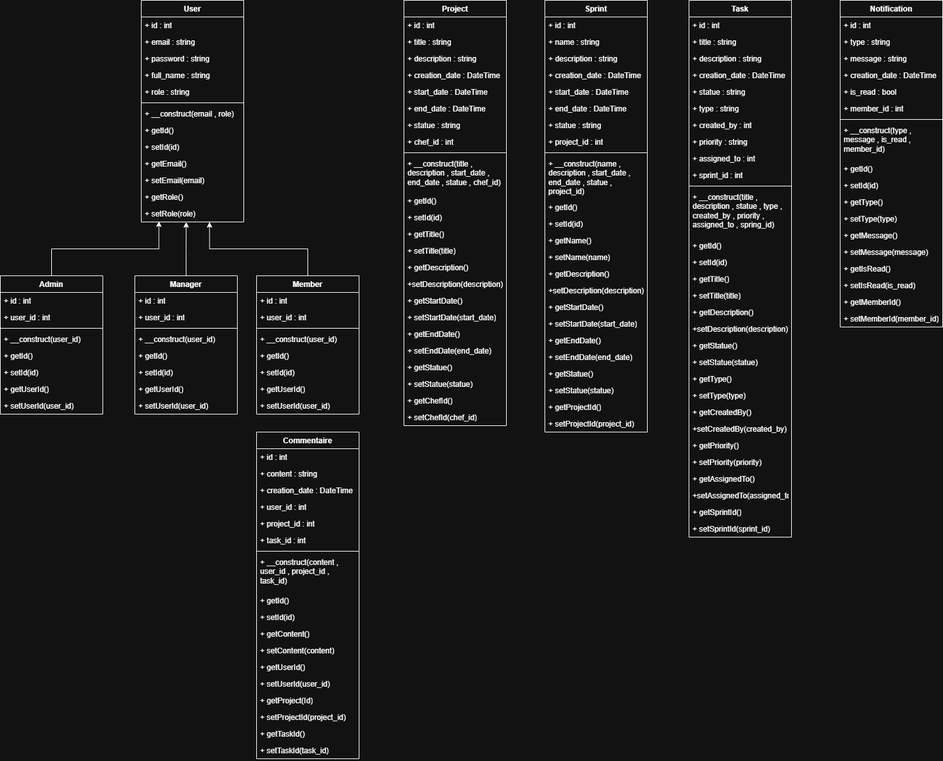
Earlier version of the draw.io export docs/Athena-Digrammes des classes.drawio.png (Wassim-RF/Athena-). Source tidied: cells renumbered, new cells last; positions are measured from the earlier drawing's top-left corner, leaving out a move shared by most shapes.
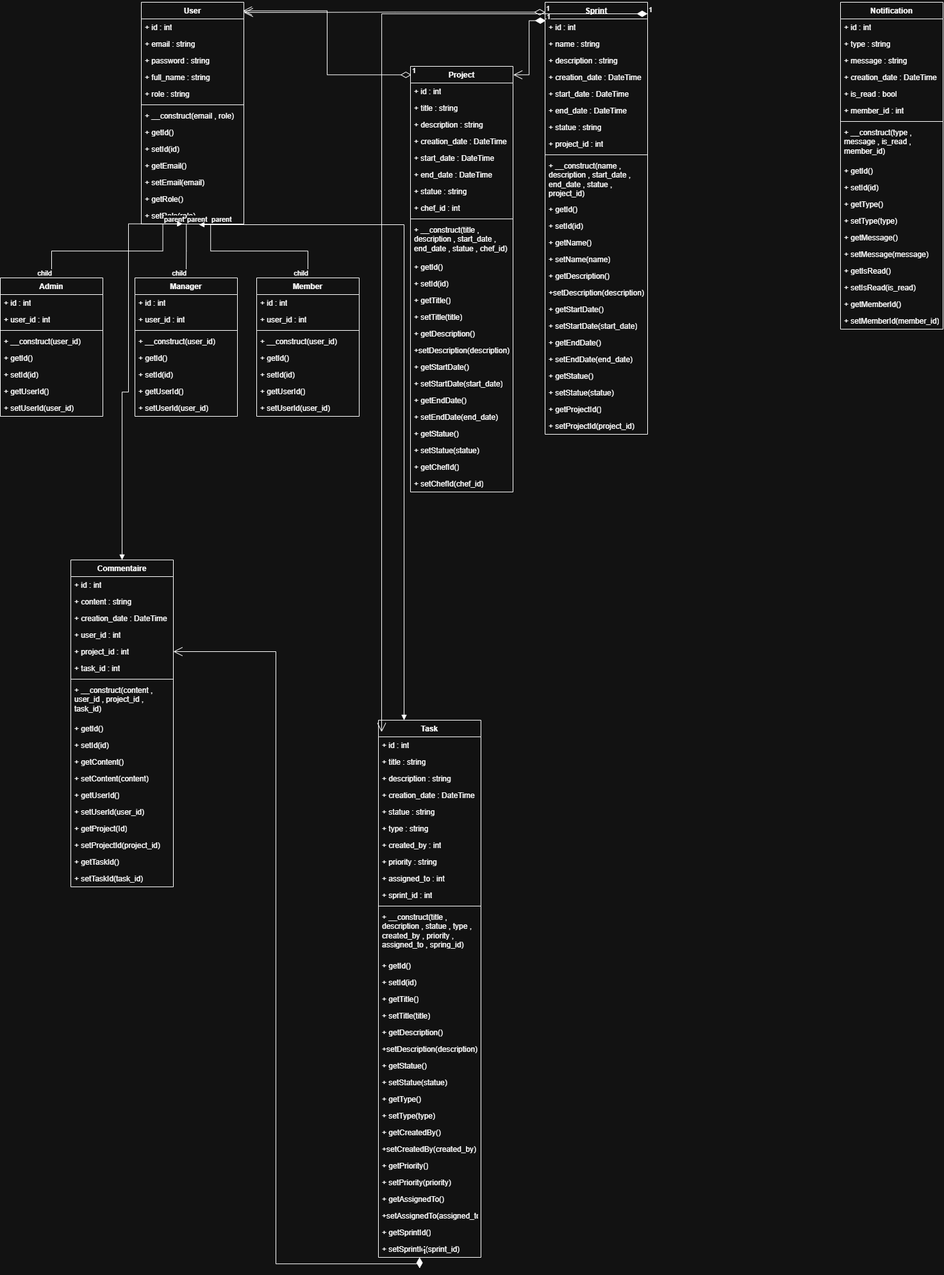
The same diagram one commit later.

Commit message:
Add initial project structure, including database schema and configuration files

Diff of the diagram source:
```diff
@@ -71,9 +71,6 @@
     <mxCell id="24" value="+ setUserId(user_id)" style="text;strokeColor=none;fillColor=none;align=left;verticalAlign=top;spacingLeft=4;spacingRight=4;overflow=hidden;whiteSpace=wrap;html=1;" parent="16" vertex="1">
       <mxGeometry y="190" width="160" height="26" as="geometry" />
     </mxCell>
-    <mxCell id="25" style="edgeStyle=orthogonalEdgeStyle;rounded=0;jettySize=auto;html=1;entryX=0.172;entryY=0.962;entryDx=0;entryDy=0;entryPerimeter=0;" parent="1" edge="1" source="16" target="15">
-      <mxGeometry relative="1" as="geometry" />
-    </mxCell>
     <mxCell id="26" value="Manager" style="swimlane;fontStyle=1;align=center;verticalAlign=top;horizontal=1;startSize=26;whiteSpace=wrap;html=1;" parent="1" vertex="1">
       <mxGeometry x="210" y="430" width="160" height="216" as="geometry" />
     </mxCell>
@@ -128,14 +125,8 @@
     <mxCell id="43" value="+ setUserId(user_id)" style="text;strokeColor=none;fillColor=none;align=left;verticalAlign=top;spacingLeft=4;spacingRight=4;overflow=hidden;whiteSpace=wrap;html=1;" parent="35" vertex="1">
       <mxGeometry y="190" width="160" height="26" as="geometry" />
     </mxCell>
-    <mxCell id="44" style="edgeStyle=orthogonalEdgeStyle;rounded=0;jettySize=auto;html=1;entryX=0.438;entryY=1.006;entryDx=0;entryDy=0;entryPerimeter=0;" parent="1" edge="1" source="26" target="15">
-      <mxGeometry relative="1" as="geometry" />
-    </mxCell>
-    <mxCell id="45" style="edgeStyle=orthogonalEdgeStyle;rounded=0;jettySize=auto;html=1;entryX=0.666;entryY=1.006;entryDx=0;entryDy=0;entryPerimeter=0;" parent="1" edge="1" source="35" target="15">
-      <mxGeometry relative="1" as="geometry" />
-    </mxCell>
     <mxCell id="46" value="Project" style="swimlane;fontStyle=1;align=center;verticalAlign=top;horizontal=1;startSize=26;whiteSpace=wrap;html=1;" parent="1" vertex="1">
-      <mxGeometry x="630" width="160" height="664" as="geometry" />
+      <mxGeometry x="640" y="100" width="160" height="664" as="geometry" />
     </mxCell>
     <mxCell id="47" value="+ id : int" style="text;strokeColor=none;fillColor=none;align=left;verticalAlign=top;spacingLeft=4;spacingRight=4;overflow=hidden;whiteSpace=wrap;html=1;" parent="46" vertex="1">
       <mxGeometry y="26" width="160" height="26" as="geometry" />
@@ -210,7 +201,7 @@
       <mxGeometry y="638" width="160" height="26" as="geometry" />
     </mxCell>
     <mxCell id="71" value="&lt;span style=&quot;text-wrap-mode: nowrap;&quot;&gt;Task&lt;/span&gt;" style="swimlane;fontStyle=1;align=center;verticalAlign=top;horizontal=1;startSize=26;whiteSpace=wrap;html=1;" parent="1" vertex="1">
-      <mxGeometry x="1075" width="160" height="838" as="geometry" />
+      <mxGeometry x="590" y="1120" width="160" height="838" as="geometry" />
     </mxCell>
     <mxCell id="72" value="+ id : int" style="text;strokeColor=none;fillColor=none;align=left;verticalAlign=top;spacingLeft=4;spacingRight=4;overflow=hidden;whiteSpace=wrap;html=1;" parent="71" vertex="1">
       <mxGeometry y="26" width="160" height="26" as="geometry" />
@@ -435,7 +426,7 @@
       <mxGeometry y="484" width="160" height="26" as="geometry" />
     </mxCell>
     <mxCell id="146" value="&lt;span style=&quot;text-wrap-mode: nowrap;&quot;&gt;Commentaire&lt;/span&gt;" style="swimlane;fontStyle=1;align=center;verticalAlign=top;horizontal=1;startSize=26;whiteSpace=wrap;html=1;" parent="1" vertex="1">
-      <mxGeometry x="400" y="674" width="160" height="510" as="geometry" />
+      <mxGeometry x="110" y="870" width="160" height="510" as="geometry" />
     </mxCell>
     <mxCell id="147" value="+ id : int" style="text;strokeColor=none;fillColor=none;align=left;verticalAlign=top;spacingLeft=4;spacingRight=4;overflow=hidden;whiteSpace=wrap;html=1;" parent="146" vertex="1">
       <mxGeometry y="26" width="160" height="26" as="geometry" />
@@ -491,5 +482,65 @@
     <mxCell id="164" value="+ setTaskId(task_id)" style="text;strokeColor=none;fillColor=none;align=left;verticalAlign=top;spacingLeft=4;spacingRight=4;overflow=hidden;whiteSpace=wrap;html=1;" parent="146" vertex="1">
       <mxGeometry y="484" width="160" height="26" as="geometry" />
     </mxCell>
+    <mxCell id="165" style="endArrow=none;html=1;edgeStyle=orthogonalEdgeStyle;rounded=0;entryX=0.5;entryY=0;entryDx=0;entryDy=0;exitX=0.676;exitY=0.982;exitDx=0;exitDy=0;exitPerimeter=0;" parent="1" edge="1" source="15" target="35">
+      <mxGeometry relative="1" as="geometry" />
+    </mxCell>
+    <mxCell id="166" value="parent" style="edgeLabel;html=1;align=left;verticalAlign=bottom;" parent="165" vertex="1">
+      <mxGeometry x="-1" relative="1" as="geometry" />
+    </mxCell>
+    <mxCell id="167" value="child" style="edgeLabel;html=1;align=right;verticalAlign=bottom;" parent="165" vertex="1">
+      <mxGeometry x="1" relative="1" as="geometry" />
+    </mxCell>
+    <mxCell id="168" style="endArrow=none;html=1;edgeStyle=orthogonalEdgeStyle;rounded=0;entryX=0.5;entryY=0;entryDx=0;entryDy=0;exitX=0.439;exitY=0.99;exitDx=0;exitDy=0;exitPerimeter=0;" parent="1" edge="1" source="15" target="26">
+      <mxGeometry relative="1" as="geometry" />
+    </mxCell>
+    <mxCell id="169" value="parent" style="edgeLabel;html=1;align=left;verticalAlign=bottom;" parent="168" vertex="1">
+      <mxGeometry x="-1" relative="1" as="geometry" />
+    </mxCell>
+    <mxCell id="170" value="child" style="edgeLabel;html=1;align=right;verticalAlign=bottom;" parent="168" vertex="1">
+      <mxGeometry x="1" relative="1" as="geometry" />
+    </mxCell>
+    <mxCell id="171" style="endArrow=none;html=1;edgeStyle=orthogonalEdgeStyle;rounded=0;entryX=0.5;entryY=0;entryDx=0;entryDy=0;exitX=0.21;exitY=1.001;exitDx=0;exitDy=0;exitPerimeter=0;" parent="1" edge="1" source="15" target="16">
+      <mxGeometry relative="1" as="geometry" />
+    </mxCell>
+    <mxCell id="172" value="parent" style="edgeLabel;html=1;align=left;verticalAlign=bottom;" parent="171" vertex="1">
+      <mxGeometry x="-1" relative="1" as="geometry" />
+    </mxCell>
+    <mxCell id="173" value="child" style="edgeLabel;html=1;align=right;verticalAlign=bottom;" parent="171" vertex="1">
+      <mxGeometry x="1" relative="1" as="geometry" />
+    </mxCell>
+    <mxCell id="174" value="1" style="endArrow=open;html=1;endSize=12;startArrow=diamondThin;startSize=14;startFill=0;edgeStyle=orthogonalEdgeStyle;align=left;verticalAlign=bottom;rounded=0;entryX=0.991;entryY=0.039;entryDx=0;entryDy=0;entryPerimeter=0;exitX=0.008;exitY=0.02;exitDx=0;exitDy=0;exitPerimeter=0;" parent="1" edge="1" source="46" target="2">
+      <mxGeometry x="-1" y="3" relative="1" as="geometry" />
+    </mxCell>
+    <mxCell id="175" value="1" style="endArrow=open;html=1;endSize=12;startArrow=diamondThin;startSize=14;startFill=0;edgeStyle=orthogonalEdgeStyle;align=left;verticalAlign=bottom;rounded=0;exitX=0.001;exitY=0.023;exitDx=0;exitDy=0;exitPerimeter=0;" parent="1" edge="1" source="102">
+      <mxGeometry x="-1" y="3" relative="1" as="geometry">
+        <mxPoint x="380" y="16" as="targetPoint" />
+      </mxGeometry>
+    </mxCell>
+    <mxCell id="176" value="1" style="endArrow=open;html=1;endSize=12;startArrow=diamondThin;startSize=14;startFill=1;edgeStyle=orthogonalEdgeStyle;align=left;verticalAlign=bottom;rounded=0;entryX=1.003;entryY=0.02;entryDx=0;entryDy=0;entryPerimeter=0;exitX=0.007;exitY=0.103;exitDx=0;exitDy=0;exitPerimeter=0;" parent="1" edge="1" source="103" target="46">
+      <mxGeometry x="-1" y="3" relative="1" as="geometry" />
+    </mxCell>
+    <mxCell id="177" value="1" style="endArrow=open;html=1;endSize=12;startArrow=diamondThin;startSize=14;startFill=1;edgeStyle=orthogonalEdgeStyle;align=left;verticalAlign=bottom;rounded=0;entryX=0.031;entryY=0.022;entryDx=0;entryDy=0;entryPerimeter=0;" parent="1" edge="1" target="71">
+      <mxGeometry x="-1" y="3" relative="1" as="geometry">
+        <mxPoint x="1010" y="18" as="sourcePoint" />
+      </mxGeometry>
+    </mxCell>
+    <mxCell id="178" value="1" style="endArrow=open;html=1;endSize=12;startArrow=diamondThin;startSize=14;startFill=1;edgeStyle=orthogonalEdgeStyle;align=left;verticalAlign=bottom;rounded=0;entryX=1;entryY=0.5;entryDx=0;entryDy=0;exitX=0.401;exitY=1;exitDx=0;exitDy=0;exitPerimeter=0;" parent="1" edge="1" source="101" target="151">
+      <mxGeometry x="-1" y="3" relative="1" as="geometry" />
+    </mxCell>
+    <mxCell id="179" style="endArrow=block;startArrow=block;endFill=1;startFill=1;html=1;rounded=0;entryX=0.25;entryY=0;entryDx=0;entryDy=0;edgeStyle=orthogonalEdgeStyle;" parent="1" edge="1" target="71">
+      <mxGeometry relative="1" as="geometry">
+        <mxPoint x="310" y="347" as="sourcePoint" />
+      </mxGeometry>
+    </mxCell>
+    <mxCell id="180" style="endArrow=block;startArrow=block;endFill=1;startFill=1;html=1;rounded=0;edgeStyle=orthogonalEdgeStyle;exitX=0.403;exitY=0.99;exitDx=0;exitDy=0;exitPerimeter=0;" parent="1" edge="1" source="15" target="146">
+      <mxGeometry relative="1" as="geometry">
+        <Array as="points">
+          <mxPoint x="200" y="346" />
+          <mxPoint x="200" y="608" />
+          <mxPoint x="190" y="608" />
+        </Array>
+      </mxGeometry>
+    </mxCell>
   </root>
 </mxGraphModel>
```
